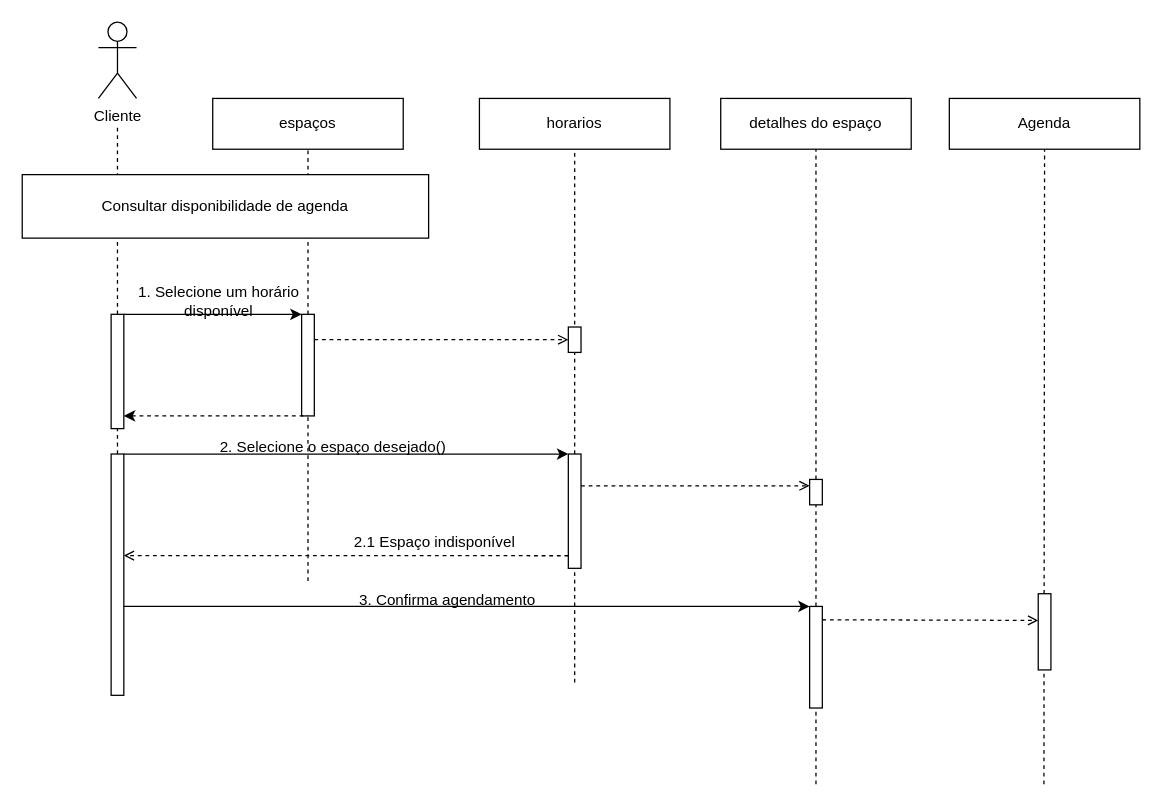
The draw.io diagram SequenciaAgendamento.drawio in felipejagas/TCC---CEEP, before the edit. Source tidied: cells renumbered, new cells numbered last; positions are measured from the earlier drawing's top-left corner, leaving out a move shared by most shapes. Both pictures are drawn from the tidied source at 127%, with x=0, y=0 at pixel (22, 22).
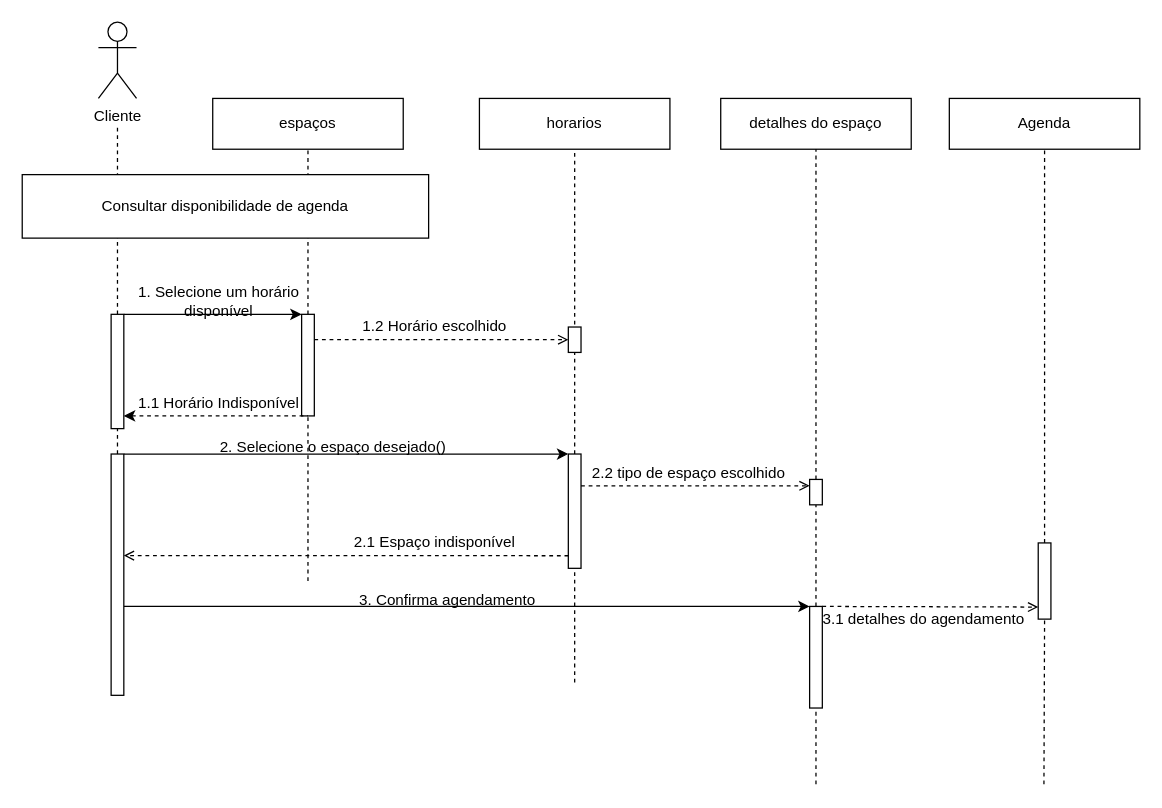
Above is the later version.

Unchanged cells that the change refers to:
```xml
<mxCell id="27" value="Agenda" style="rounded=0;whiteSpace=wrap;html=1;" parent="1" vertex="1">
  <mxGeometry x="730" y="60" width="150" height="40" as="geometry" />
</mxCell>
```

The edit, as a diff of the source:
```diff
@@
     <mxCell id="28" style="endArrow=open;dashed=1;html=1;rounded=0;endFill=0;" parent="1" edge="1">
       <mxGeometry relative="1" as="geometry">
-        <mxPoint x="630" y="470.5" as="sourcePoint" />
-        <mxPoint x="800" y="471" as="targetPoint" />
+        <mxPoint x="630" y="460" as="sourcePoint" />
+        <mxPoint x="800" y="460.5" as="targetPoint" />
       </mxGeometry>
     </mxCell>
-    <mxCell id="29" style="endArrow=none;dashed=1;html=1;rounded=0;entryX=0.5;entryY=1;entryDx=0;entryDy=0;" parent="1" edge="1" target="27">
-      <mxGeometry relative="1" as="geometry">
-        <mxPoint x="804.5" y="600" as="sourcePoint" />
-      </mxGeometry>
+    <mxCell id="29" style="endArrow=none;dashed=1;html=1;rounded=0;entryX=0.5;entryY=1;entryDx=0;entryDy=0;" parent="1" edge="1" source="30" target="27">
+      <mxGeometry relative="1" as="geometry" />
     </mxCell>
-    <mxCell id="30" style="html=1;points=[];perimeter=orthogonalPerimeter;outlineConnect=0;targetShapes=umlLifeline;portConstraint=eastwest;newEdgeStyle={&quot;edgeStyle&quot;:&quot;elbowEdgeStyle&quot;,&quot;elbow&quot;:&quot;vertical&quot;,&quot;curved&quot;:0,&quot;rounded&quot;:0};" parent="1" vertex="1">
-      <mxGeometry x="800" y="450" width="10" height="60" as="geometry" />
-    </mxCell>
@@
+    <mxCell id="38" value="1.1 Horário Indisponível" style="text;html=1;strokeColor=none;fillColor=none;align=center;verticalAlign=middle;whiteSpace=wrap;rounded=0;" parent="1" vertex="1">
+      <mxGeometry x="70" y="290" width="170" height="20" as="geometry" />
+    </mxCell>
+    <mxCell id="39" style="endArrow=none;dashed=1;html=1;rounded=0;entryX=0.5;entryY=1;entryDx=0;entryDy=0;" parent="1" edge="1" target="30">
+      <mxGeometry relative="1" as="geometry">
+        <mxPoint x="804.5" y="600" as="sourcePoint" />
+      </mxGeometry>
+    </mxCell>
+    <mxCell id="30" style="html=1;points=[];perimeter=orthogonalPerimeter;outlineConnect=0;targetShapes=umlLifeline;portConstraint=eastwest;newEdgeStyle={&quot;edgeStyle&quot;:&quot;elbowEdgeStyle&quot;,&quot;elbow&quot;:&quot;vertical&quot;,&quot;curved&quot;:0,&quot;rounded&quot;:0};" parent="1" vertex="1">
+      <mxGeometry x="800" y="410" width="10" height="60" as="geometry" />
+    </mxCell>
+    <mxCell id="40" value="3.1 detalhes do agendamento" style="text;html=1;strokeColor=none;fillColor=none;align=center;verticalAlign=middle;whiteSpace=wrap;rounded=0;" parent="1" vertex="1">
+      <mxGeometry x="610" y="460" width="200" height="20" as="geometry" />
+    </mxCell>
+    <mxCell id="41" value="2.2 tipo de espaço escolhido" style="text;html=1;strokeColor=none;fillColor=none;align=center;verticalAlign=middle;whiteSpace=wrap;rounded=0;" parent="1" vertex="1">
+      <mxGeometry x="440" y="340" width="170" height="30" as="geometry" />
+    </mxCell>
+    <mxCell id="42" value="1.2 Horário escolhido " style="text;html=1;strokeColor=none;fillColor=none;align=center;verticalAlign=middle;whiteSpace=wrap;rounded=0;" parent="1" vertex="1">
+      <mxGeometry x="265" y="230" width="120" height="20" as="geometry" />
+    </mxCell>
```
